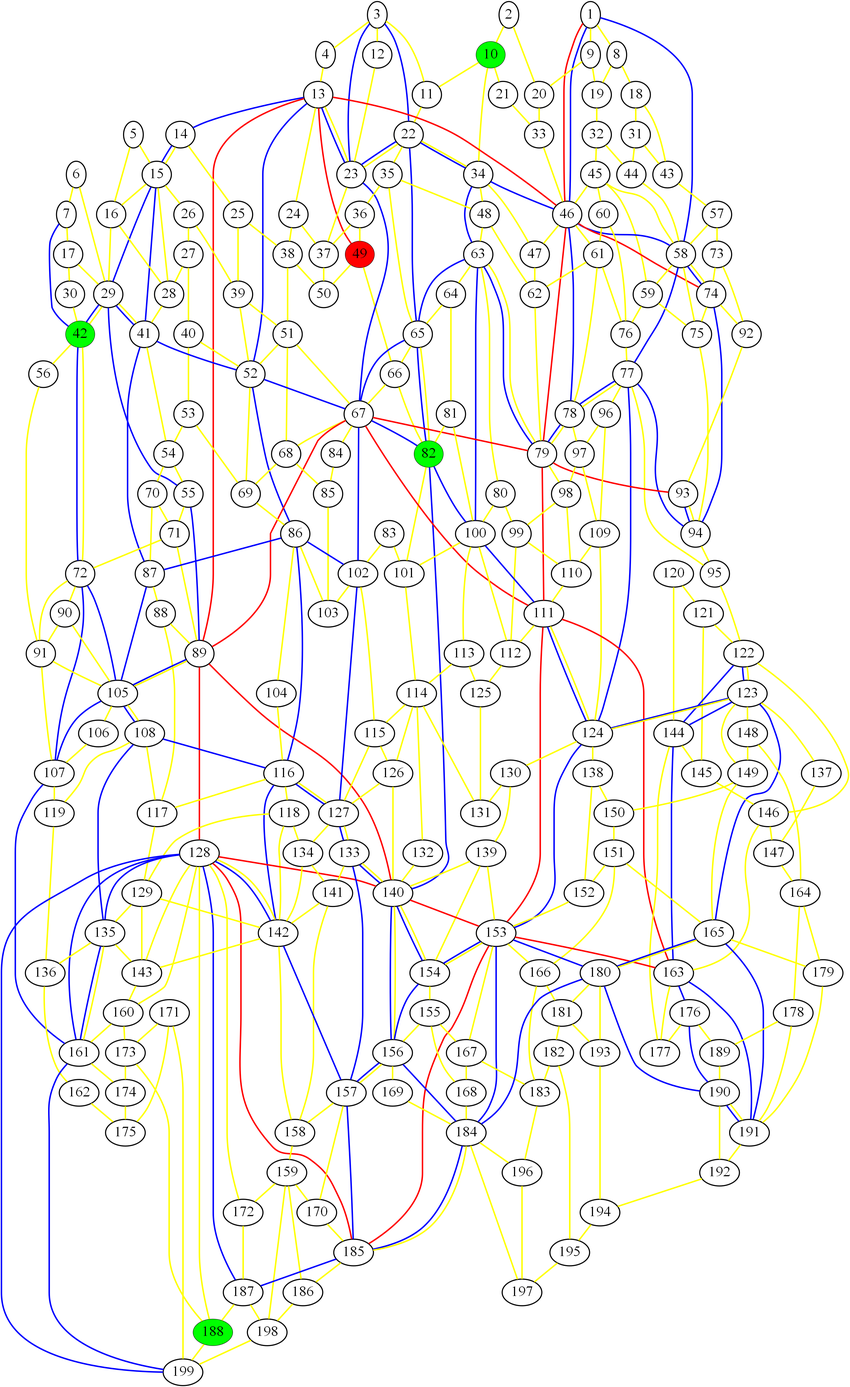
Above: graph_13.png in ed-churchill/complex-systems-project (Graphviz), before the change. Its source is kept beside it as graph_13.gv.
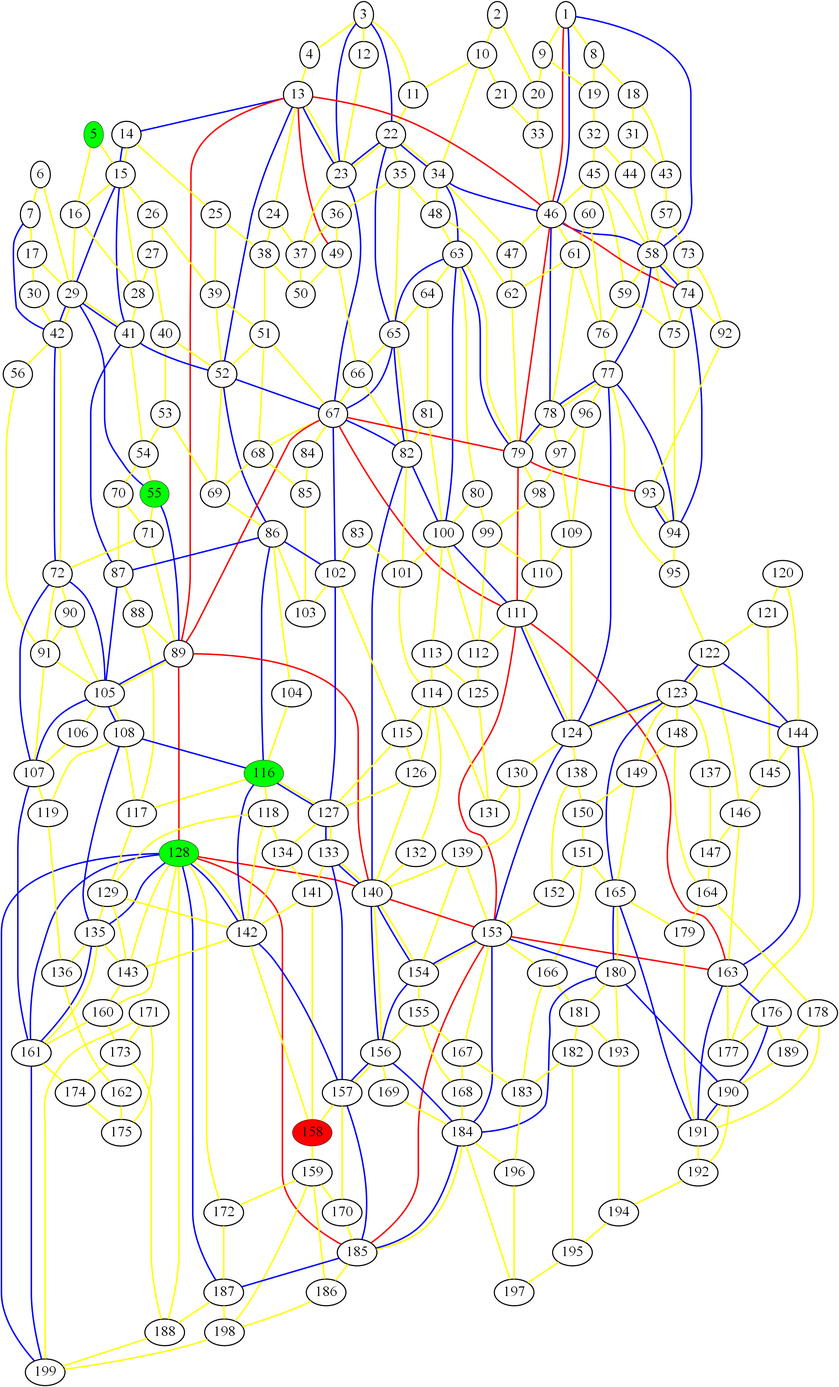
After the commit.

The edit, as a diff of the source:
```diff
@@ -1,18 +1,18 @@
 graph london_graph {
-49 [fillcolor=red, fontsize=40, pendwidth=3, style=filled];
-42 [fillcolor=green, fontsize=40, pendwidth=3, style=filled];
-10 [fillcolor=green, fontsize=40, pendwidth=3, style=filled];
-188 [fillcolor=green, fontsize=40, pendwidth=3, style=filled];
-82 [fillcolor=green, fontsize=40, pendwidth=3, style=filled];
+158 [fillcolor=red, fontsize=40, pendwidth=3, style=filled];
+128 [fillcolor=green, fontsize=40, pendwidth=3, style=filled];
+5 [fillcolor=green, fontsize=40, pendwidth=3, style=filled];
+116 [fillcolor=green, fontsize=40, pendwidth=3, style=filled];
+55 [fillcolor=green, fontsize=40, pendwidth=3, style=filled];
 1 [fontsize=40, penwidth=3];
 2 [fontsize=40, penwidth=3];
 3 [fontsize=40, penwidth=3];
 4 [fontsize=40, penwidth=3];
-5 [fontsize=40, penwidth=3];
 6 [fontsize=40, penwidth=3];
 7 [fontsize=40, penwidth=3];
 8 [fontsize=40, penwidth=3];
 9 [fontsize=40, penwidth=3];
+10 [fontsize=40, penwidth=3];
 11 [fontsize=40, penwidth=3];
 12 [fontsize=40, penwidth=3];
 13 [fontsize=40, penwidth=3];
@@ -44,18 +44,19 @@
 39 [fontsize=40, penwidth=3];
 40 [fontsize=40, penwidth=3];
 41 [fontsize=40, penwidth=3];
+42 [fontsize=40, penwidth=3];
 43 [fontsize=40, penwidth=3];
 44 [fontsize=40, penwidth=3];
 45 [fontsize=40, penwidth=3];
 46 [fontsize=40, penwidth=3];
 47 [fontsize=40, penwidth=3];
 48 [fontsize=40, penwidth=3];
+49 [fontsize=40, penwidth=3];
 50 [fontsize=40, penwidth=3];
 51 [fontsize=40, penwidth=3];
 52 [fontsize=40, penwidth=3];
 53 [fontsize=40, penwidth=3];
 54 [fontsize=40, penwidth=3];
-55 [fontsize=40, penwidth=3];
 56 [fontsize=40, penwidth=3];
 57 [fontsize=40, penwidth=3];
 58 [fontsize=40, penwidth=3];
@@ -82,6 +83,7 @@
 79 [fontsize=40, penwidth=3];
 80 [fontsize=40, penwidth=3];
 81 [fontsize=40, penwidth=3];
+82 [fontsize=40, penwidth=3];
 83 [fontsize=40, penwidth=3];
 84 [fontsize=40, penwidth=3];
 85 [fontsize=40, penwidth=3];
@@ -115,7 +117,6 @@
 113 [fontsize=40, penwidth=3];
 114 [fontsize=40, penwidth=3];
 115 [fontsize=40, penwidth=3];
-116 [fontsize=40, penwidth=3];
 117 [fontsize=40, penwidth=3];
 118 [fontsize=40, penwidth=3];
 119 [fontsize=40, penwidth=3];
@@ -127,7 +128,6 @@
 125 [fontsize=40, penwidth=3];
 126 [fontsize=40, penwidth=3];
 127 [fontsize=40, penwidth=3];
-128 [fontsize=40, penwidth=3];
 129 [fontsize=40, penwidth=3];
 130 [fontsize=40, penwidth=3];
 131 [fontsize=40, penwidth=3];
@@ -157,7 +157,6 @@
 155 [fontsize=40, penwidth=3];
 156 [fontsize=40, penwidth=3];
 157 [fontsize=40, penwidth=3];
-158 [fontsize=40, penwidth=3];
 159 [fontsize=40, penwidth=3];
 160 [fontsize=40, penwidth=3];
 161 [fontsize=40, penwidth=3];
@@ -187,6 +186,7 @@
 185 [fontsize=40, penwidth=3];
 186 [fontsize=40, penwidth=3];
 187 [fontsize=40, penwidth=3];
+188 [fontsize=40, penwidth=3];
 189 [fontsize=40, penwidth=3];
 190 [fontsize=40, penwidth=3];
 191 [fontsize=40, penwidth=3];
```
